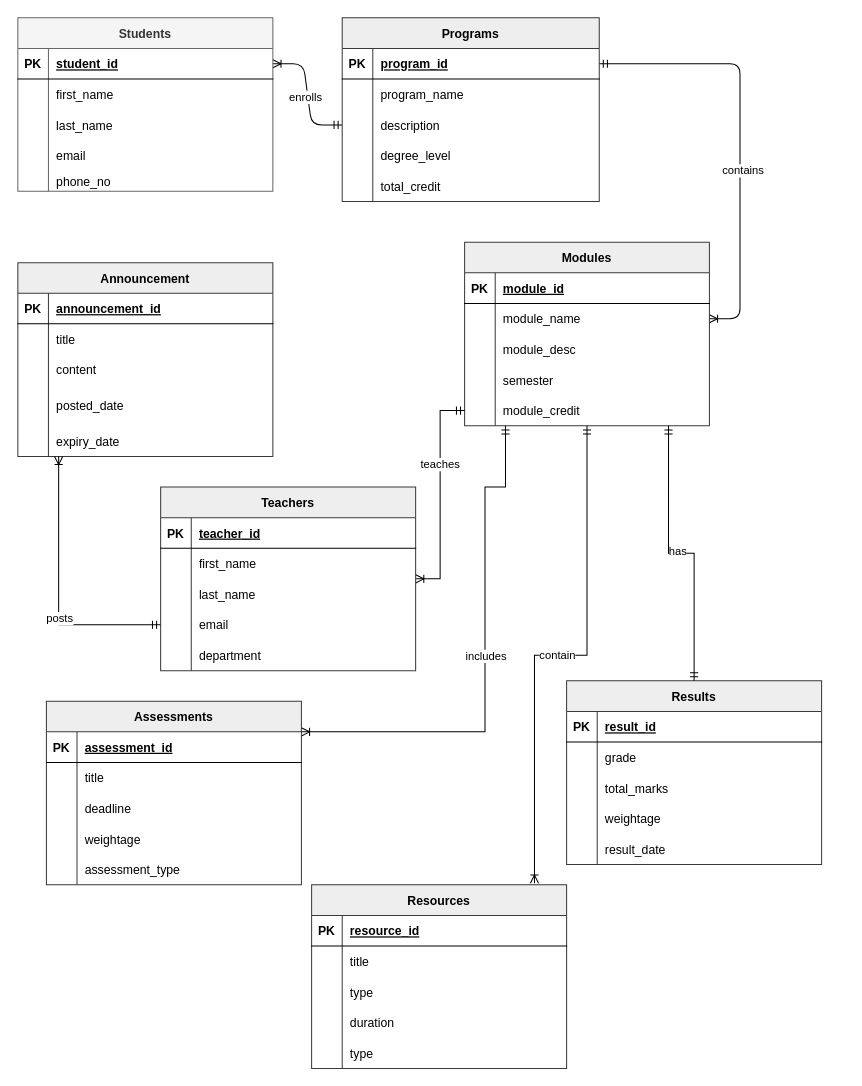
pawal-karki/DRAW.IO keeps this draw.io diagram as Database.drawio. Above is the earlier version. Source tidied: cells renumbered, new cells numbered last; positions are measured from the earlier drawing's top-left corner, leaving out a move shared by most shapes. Both pictures are drawn from the tidied source at 102%, with x=0, y=0 at pixel (17, 17).
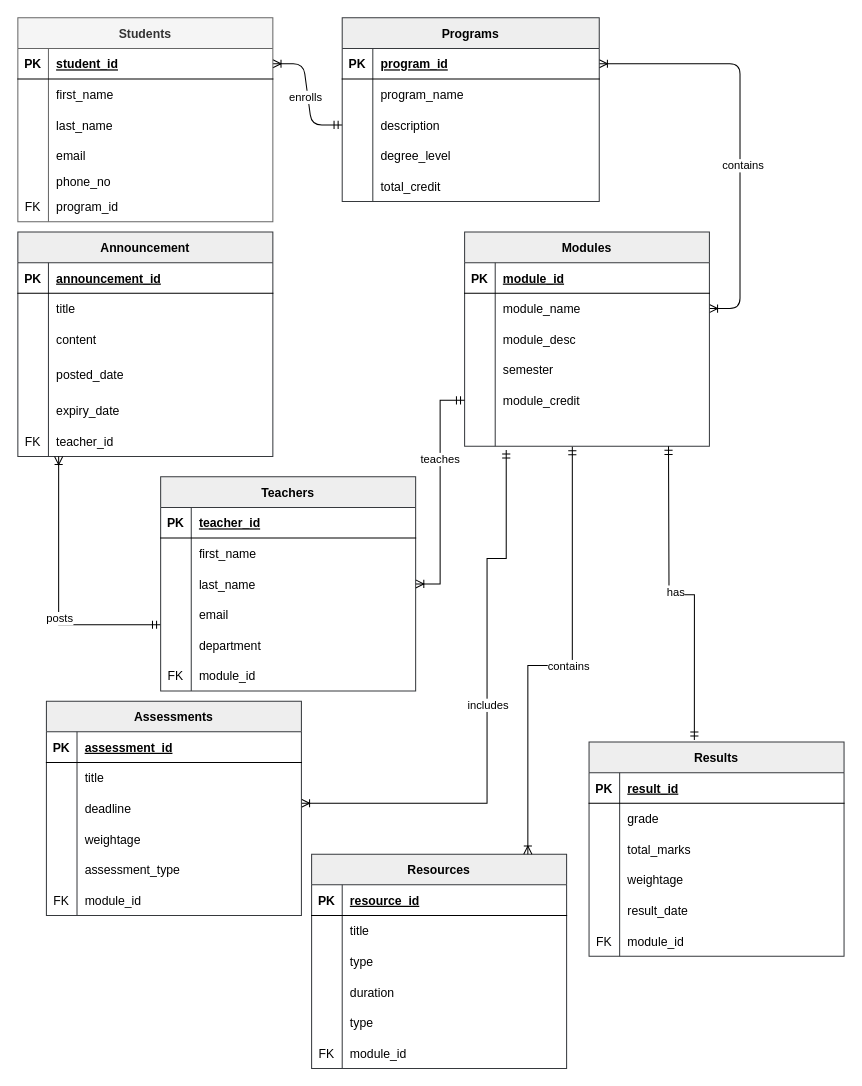
The same diagram, later.

Unchanged cells that the change refers to:
```xml
<mxCell id="7" style="shape=partialRectangle;fillColor=none;points=[[0,0.5],[1,0.5]];portConstraint=eastwest;top=0;left=0;right=0;bottom=1;" parent="6" vertex="1">
  <mxGeometry y="30" width="252" height="30" as="geometry" />
</mxCell>
<mxCell id="26" style="shape=partialRectangle;fillColor=none;points=[[0,0.5],[1,0.5]];portConstraint=eastwest;top=0;left=0;right=0;bottom=0;" parent="22" vertex="1">
  <mxGeometry y="60" width="240" height="30" as="geometry" />
</mxCell>
<mxCell id="35" style="shape=partialRectangle;fillColor=none;points=[[0,0.5],[1,0.5]];portConstraint=eastwest;top=0;left=0;right=0;bottom=0;" parent="22" vertex="1">
  <mxGeometry y="150" width="240" height="30" as="geometry" />
</mxCell>
```

The edit, as a diff of the source:
```diff
@@
-    <mxCell id="4" style="edgeStyle=entityRelationEdgeStyle;endArrow=ERoneToMany;startArrow=ERmandOne;endFill=0;startFill=0;" parent="1" edge="1" source="7" target="26">
+    <mxCell id="4" style="edgeStyle=entityRelationEdgeStyle;endArrow=ERoneToMany;startArrow=ERoneToMany;endFill=0;startFill=0;" parent="1" edge="1" source="7" target="26">
       <mxGeometry relative="1" as="geometry" />
     </mxCell>
@@
     <mxCell id="22" value="Modules" style="shape=table;startSize=30;childLayout=tableLayout;rowLines=0;fontStyle=1;align=center;fillColor=#eeeeee;strokeColor=#36393d;" parent="1" vertex="1">
-      <mxGeometry x="438" y="220" width="240" height="180" as="geometry" />
+      <mxGeometry x="438" y="210" width="240" height="210" as="geometry" />
     </mxCell>
@@
+    <mxCell id="144" style="shape=partialRectangle;fillColor=none;points=[[0,0.5],[1,0.5]];portConstraint=eastwest;top=0;left=0;right=0;bottom=0;" parent="22" vertex="1">
+      <mxGeometry y="180" width="240" height="30" as="geometry" />
+    </mxCell>
+    <mxCell id="145" style="shape=partialRectangle;overflow=hidden;fillColor=none;top=0;left=0;bottom=0;right=0;" parent="144" vertex="1">
+      <mxGeometry width="30" height="30" as="geometry" />
+    </mxCell>
+    <mxCell id="146" style="shape=partialRectangle;overflow=hidden;fillColor=none;top=0;left=0;bottom=0;right=0;align=left;spacingLeft=6;" parent="144" vertex="1">
+      <mxGeometry x="30" width="210" height="30" as="geometry" />
+    </mxCell>
     <mxCell id="38" value="Students" style="shape=table;startSize=30;childLayout=tableLayout;rowLines=0;fontStyle=1;align=center;fillColor=#f5f5f5;fontColor=#333333;strokeColor=#666666;" parent="1" vertex="1">
-      <mxGeometry width="250" height="170" as="geometry" />
+      <mxGeometry width="250" height="200" as="geometry" />
     </mxCell>
@@
+    <mxCell id="147" style="shape=partialRectangle;fillColor=none;top=0;left=0;right=0;bottom=0;" parent="38" vertex="1">
+      <mxGeometry y="170" width="250" height="30" as="geometry" />
+    </mxCell>
+    <mxCell id="148" value="FK" style="shape=partialRectangle;overflow=hidden;fillColor=none;top=0;left=0;bottom=0;right=0;" parent="147" vertex="1">
+      <mxGeometry width="30" height="30" as="geometry" />
+    </mxCell>
+    <mxCell id="149" value="program_id" style="shape=partialRectangle;overflow=hidden;fillColor=none;top=0;left=0;bottom=0;right=0;align=left;spacingLeft=6;" parent="147" vertex="1">
+      <mxGeometry x="30" width="220" height="30" as="geometry" />
+    </mxCell>
     <mxCell id="54" value="Announcement" style="shape=table;startSize=30;childLayout=tableLayout;rowLines=0;fontStyle=1;align=center;fillColor=#eeeeee;strokeColor=#36393d;" parent="1" vertex="1">
-      <mxGeometry y="240" width="250" height="190" as="geometry" />
+      <mxGeometry y="210" width="250" height="220" as="geometry" />
     </mxCell>
@@
+    <mxCell id="150" style="shape=partialRectangle;fillColor=none;top=0;left=0;right=0;bottom=0;" parent="54" vertex="1">
+      <mxGeometry y="190" width="250" height="30" as="geometry" />
+    </mxCell>
+    <mxCell id="151" value="FK" style="shape=partialRectangle;overflow=hidden;fillColor=none;top=0;left=0;bottom=0;right=0;" parent="150" vertex="1">
+      <mxGeometry width="30" height="30" as="geometry" />
+    </mxCell>
+    <mxCell id="152" value="teacher_id" style="shape=partialRectangle;overflow=hidden;fillColor=none;top=0;left=0;bottom=0;right=0;align=left;spacingLeft=6;" parent="150" vertex="1">
+      <mxGeometry x="30" width="220" height="30" as="geometry" />
+    </mxCell>
@@
     <mxCell id="74" value="Teachers" style="shape=table;startSize=30;childLayout=tableLayout;rowLines=0;fontStyle=1;align=center;fillColor=#eeeeee;strokeColor=#36393d;" parent="1" vertex="1">
-      <mxGeometry x="140" y="460" width="250" height="180" as="geometry" />
+      <mxGeometry x="140" y="450" width="250" height="210" as="geometry" />
     </mxCell>
@@
+    <mxCell id="153" style="shape=partialRectangle;fillColor=none;top=0;left=0;right=0;bottom=0;" parent="74" vertex="1">
+      <mxGeometry y="180" width="250" height="30" as="geometry" />
+    </mxCell>
+    <mxCell id="154" value="FK" style="shape=partialRectangle;overflow=hidden;fillColor=none;top=0;left=0;bottom=0;right=0;" parent="153" vertex="1">
+      <mxGeometry width="30" height="30" as="geometry" />
+    </mxCell>
+    <mxCell id="155" value="module_id" style="shape=partialRectangle;overflow=hidden;fillColor=none;top=0;left=0;bottom=0;right=0;align=left;spacingLeft=6;" parent="153" vertex="1">
+      <mxGeometry x="30" width="220" height="30" as="geometry" />
+    </mxCell>
-    <mxCell id="90" style="edgeStyle=orthogonalEdgeStyle;rounded=0;jettySize=auto;html=1;endArrow=ERmandOne;endFill=0;entryX=0.167;entryY=1;entryDx=0;entryDy=0;entryPerimeter=0;startArrow=ERoneToMany;startFill=0;" parent="1" edge="1" source="92" target="35">
+    <mxCell id="90" style="edgeStyle=orthogonalEdgeStyle;rounded=0;jettySize=auto;html=1;endArrow=ERmandOne;endFill=0;entryX=0.17;entryY=1.12;entryDx=0;entryDy=0;entryPerimeter=0;startArrow=ERoneToMany;startFill=0;" parent="1" edge="1" target="144">
       <mxGeometry relative="1" as="geometry">
+        <mxPoint x="278" y="770" as="sourcePoint" />
         <Array as="points">
-          <mxPoint x="458" y="700" />
-          <mxPoint x="458" y="460" />
-          <mxPoint x="478" y="460" />
+          <mxPoint x="460" y="770" />
+          <mxPoint x="460" y="530" />
+          <mxPoint x="479" y="530" />
         </Array>
       </mxGeometry>
     </mxCell>
@@
     <mxCell id="92" value="Assessments" style="shape=table;startSize=30;childLayout=tableLayout;rowLines=0;fontStyle=1;align=center;fillColor=#eeeeee;strokeColor=#36393d;" parent="1" vertex="1">
-      <mxGeometry x="28" y="670" width="250" height="180" as="geometry" />
+      <mxGeometry x="28" y="670" width="250" height="210" as="geometry" />
     </mxCell>
@@
+    <mxCell id="156" style="shape=partialRectangle;fillColor=none;top=0;left=0;right=0;bottom=0;" parent="92" vertex="1">
+      <mxGeometry y="180" width="250" height="30" as="geometry" />
+    </mxCell>
+    <mxCell id="157" value="FK" style="shape=partialRectangle;overflow=hidden;fillColor=none;top=0;left=0;bottom=0;right=0;" parent="156" vertex="1">
+      <mxGeometry width="30" height="30" as="geometry" />
+    </mxCell>
+    <mxCell id="158" value="module_id" style="shape=partialRectangle;overflow=hidden;fillColor=none;top=0;left=0;bottom=0;right=0;align=left;spacingLeft=6;" parent="156" vertex="1">
+      <mxGeometry x="30" width="220" height="30" as="geometry" />
+    </mxCell>
     <mxCell id="108" value="Resources" style="shape=table;startSize=30;childLayout=tableLayout;rowLines=0;fontStyle=1;align=center;fillColor=#eeeeee;strokeColor=#36393d;" parent="1" vertex="1">
-      <mxGeometry x="288" y="850" width="250" height="180" as="geometry" />
+      <mxGeometry x="288" y="820" width="250" height="210" as="geometry" />
     </mxCell>
@@
-    <mxCell id="124" style="edgeStyle=orthogonalEdgeStyle;rounded=0;jettySize=auto;html=1;entryX=0.874;entryY=-0.009;entryDx=0;entryDy=0;entryPerimeter=0;endArrow=ERoneToMany;endFill=0;startArrow=ERmandOne;startFill=0;" parent="1" edge="1" source="22" target="108">
-      <mxGeometry relative="1" as="geometry" />
-    </mxCell>
-    <mxCell id="125" value="contain" style="edgeLabel;html=1;align=center;verticalAlign=middle;" parent="124" vertex="1">
-      <mxGeometry x="0.02" y="-1" relative="1" as="geometry" />
-    </mxCell>
+    <mxCell id="159" style="shape=partialRectangle;fillColor=none;top=0;left=0;right=0;bottom=0;" parent="108" vertex="1">
+      <mxGeometry y="180" width="250" height="30" as="geometry" />
+    </mxCell>
+    <mxCell id="160" value="FK" style="shape=partialRectangle;overflow=hidden;fillColor=none;top=0;left=0;bottom=0;right=0;" parent="159" vertex="1">
+      <mxGeometry width="30" height="30" as="geometry" />
+    </mxCell>
+    <mxCell id="161" value="module_id" style="shape=partialRectangle;overflow=hidden;fillColor=none;top=0;left=0;bottom=0;right=0;align=left;spacingLeft=6;" parent="159" vertex="1">
+      <mxGeometry x="30" width="220" height="30" as="geometry" />
+    </mxCell>
     <mxCell id="126" value="Results" style="shape=table;startSize=30;childLayout=tableLayout;rowLines=0;fontStyle=1;align=center;fillColor=#eeeeee;strokeColor=#36393d;" parent="1" vertex="1">
-      <mxGeometry x="538" y="650" width="250" height="180" as="geometry" />
+      <mxGeometry x="560" y="710" width="250" height="210" as="geometry" />
     </mxCell>
@@
+    <mxCell id="162" style="shape=partialRectangle;fillColor=none;top=0;left=0;right=0;bottom=0;" parent="126" vertex="1">
+      <mxGeometry y="180" width="250" height="30" as="geometry" />
+    </mxCell>
+    <mxCell id="163" value="FK" style="shape=partialRectangle;overflow=hidden;fillColor=none;top=0;left=0;bottom=0;right=0;" parent="162" vertex="1">
+      <mxGeometry width="30" height="30" as="geometry" />
+    </mxCell>
+    <mxCell id="164" value="module_id" style="shape=partialRectangle;overflow=hidden;fillColor=none;top=0;left=0;bottom=0;right=0;align=left;spacingLeft=6;" parent="162" vertex="1">
+      <mxGeometry x="30" width="220" height="30" as="geometry" />
+    </mxCell>
-    <mxCell id="142" style="edgeStyle=orthogonalEdgeStyle;rounded=0;jettySize=auto;html=1;entryX=0.833;entryY=1;entryDx=0;entryDy=0;entryPerimeter=0;startArrow=ERmandOne;startFill=0;endArrow=ERmandOne;endFill=0;" parent="1" edge="1" source="126" target="35">
-      <mxGeometry relative="1" as="geometry" />
+    <mxCell id="142" style="edgeStyle=orthogonalEdgeStyle;rounded=0;jettySize=auto;html=1;entryX=0.833;entryY=1;entryDx=0;entryDy=0;entryPerimeter=0;startArrow=ERmandOne;startFill=0;endArrow=ERmandOne;endFill=0;exitX=0.413;exitY=-0.009;exitDx=0;exitDy=0;exitPerimeter=0;" parent="1" edge="1" source="126">
+      <mxGeometry relative="1" as="geometry">
+        <mxPoint x="637.9" y="420" as="targetPoint" />
+      </mxGeometry>
     </mxCell>
@@
+    <mxCell id="165" style="edgeStyle=orthogonalEdgeStyle;rounded=0;jettySize=auto;html=1;entryX=0.44;entryY=1.013;entryDx=0;entryDy=0;entryPerimeter=0;endArrow=ERmandOne;endFill=0;startArrow=ERoneToMany;startFill=0;" parent="1" edge="1" source="108" target="144">
+      <mxGeometry relative="1" as="geometry">
+        <Array as="points">
+          <mxPoint x="500" y="635" />
+          <mxPoint x="544" y="635" />
+        </Array>
+      </mxGeometry>
+    </mxCell>
+    <mxCell id="166" value="contains" style="edgeLabel;html=1;align=center;verticalAlign=middle;" parent="165" vertex="1">
+      <mxGeometry x="0.01" relative="1" as="geometry" />
+    </mxCell>
```
